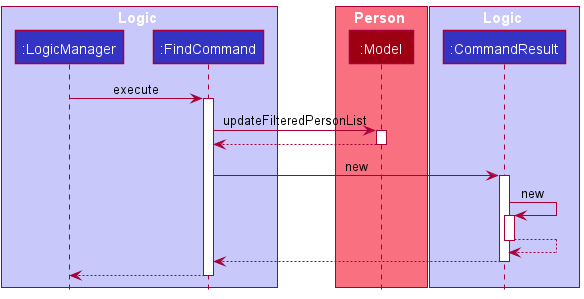
The PlantUML diagram docs/images/FindCommandSequenceDiagram.png in nus-cs2103-AY2122S2/tp, before a commit.
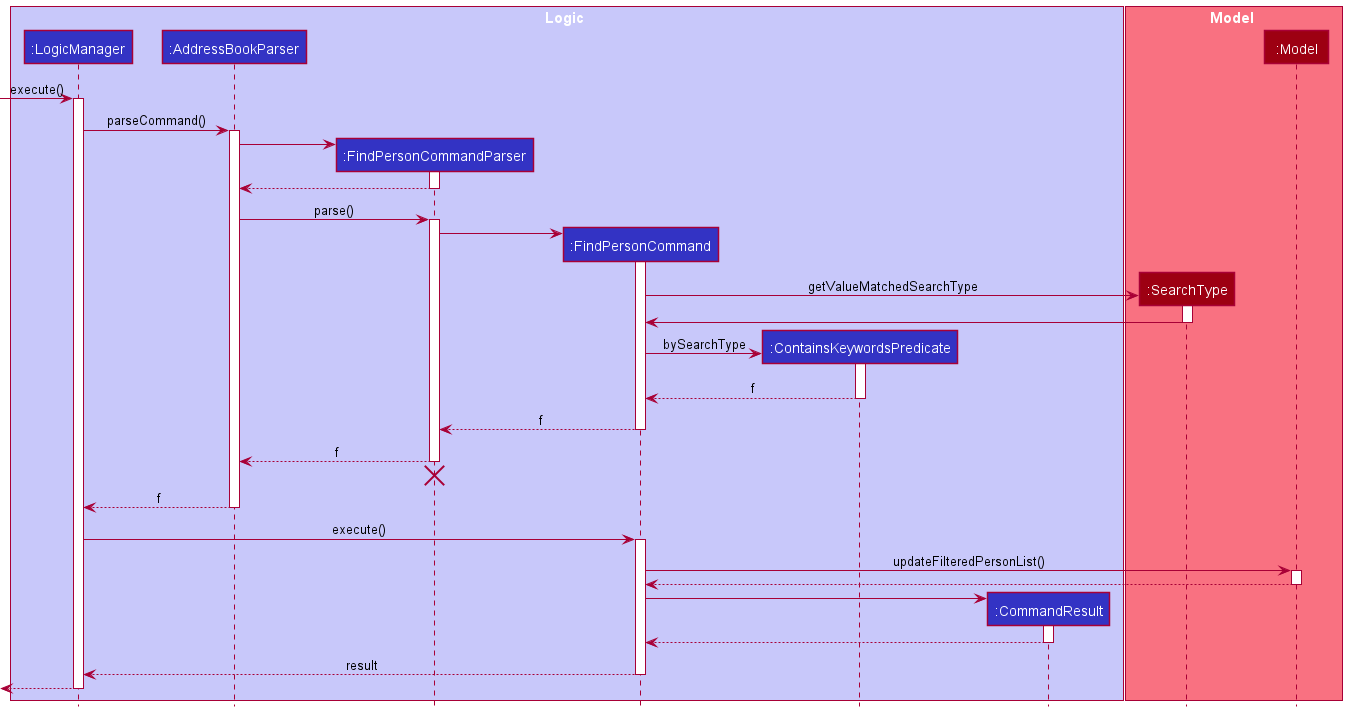
Above is the later version.

Change to the diagram source:
```diff
@@ -2,29 +2,83 @@
 !include style.puml
 
 box Logic LOGIC_COLOR_T1
-participant ":LogicManager"  as LogicManager LOGIC_COLOR
-participant ":FindCommand"  as FindCommand LOGIC_COLOR
-end box
-box Person MODEL_COLOR_T1
-participant ":Model"  as Model MODEL_COLOR
-end box
-box Logic LOGIC_COLOR_T1
-participant ":CommandResult"  as CommandResult LOGIC_COLOR
+participant ":LogicManager" as LogicManager LOGIC_COLOR
+participant ":AddressBookParser" as AddressBookParser LOGIC_COLOR
+participant ":FindPersonCommandParser" as FindPersonCommandParser LOGIC_COLOR
+participant ":FindPersonCommand" as FindPersonCommand LOGIC_COLOR
+participant ":ContainsKeywordsPredicate" as ContainsKeywordsPredicate LOGIC_COLOR
+participant ":CommandResult" as CommandResult LOGIC_COLOR
 end box
 
-LogicManager -> FindCommand : execute
-activate FindCommand
-FindCommand -> Model : updateFilteredPersonList
+box Model MODEL_COLOR_T1
+participant ":SearchType" as SearchType MODEL_COLOR
+participant ":Model" as Model MODEL_COLOR
+end box
+
+[-> LogicManager : execute()
+activate LogicManager
+
+LogicManager -> AddressBookParser : parseCommand()
+activate AddressBookParser
+
+create FindPersonCommandParser
+AddressBookParser -> FindPersonCommandParser
+activate FindPersonCommandParser
+
+FindPersonCommandParser --> AddressBookParser
+deactivate FindPersonCommandParser
+
+AddressBookParser -> FindPersonCommandParser : parse()
+activate FindPersonCommandParser
+
+create FindPersonCommand
+
+FindPersonCommandParser -> FindPersonCommand
+activate FindPersonCommand
+create SearchType
+FindPersonCommand -> SearchType: getValueMatchedSearchType
+activate SearchType
+SearchType -> FindPersonCommand
+deactivate SearchType
+
+create ContainsKeywordsPredicate
+FindPersonCommand -> ContainsKeywordsPredicate: bySearchType
+activate ContainsKeywordsPredicate
+
+ContainsKeywordsPredicate --> FindPersonCommand : f
+deactivate ContainsKeywordsPredicate
+
+FindPersonCommand --> FindPersonCommandParser : f
+deactivate FindPersonCommand
+
+FindPersonCommandParser --> AddressBookParser : f
+deactivate FindPersonCommandParser
+
+FindPersonCommandParser -[hidden]-> AddressBookParser
+destroy FindPersonCommandParser
+
+AddressBookParser --> LogicManager : f
+deactivate AddressBookParser
+
+LogicManager -> FindPersonCommand : execute()
+activate FindPersonCommand
+
+FindPersonCommand -> Model : updateFilteredPersonList()
 activate Model
-Model --> FindCommand
+
+Model --> FindPersonCommand
 deactivate Model
-FindCommand -> CommandResult : new
+
+create CommandResult
+FindPersonCommand -> CommandResult
 activate CommandResult
-CommandResult -> CommandResult : new
-activate CommandResult
-CommandResult --> CommandResult
+
+CommandResult --> FindPersonCommand
 deactivate CommandResult
-CommandResult --> FindCommand
-deactivate CommandResult
-return
+
+FindPersonCommand --> LogicManager : result
+deactivate FindPersonCommand
+
+[<--LogicManager
+deactivate LogicManager
 @enduml
```
